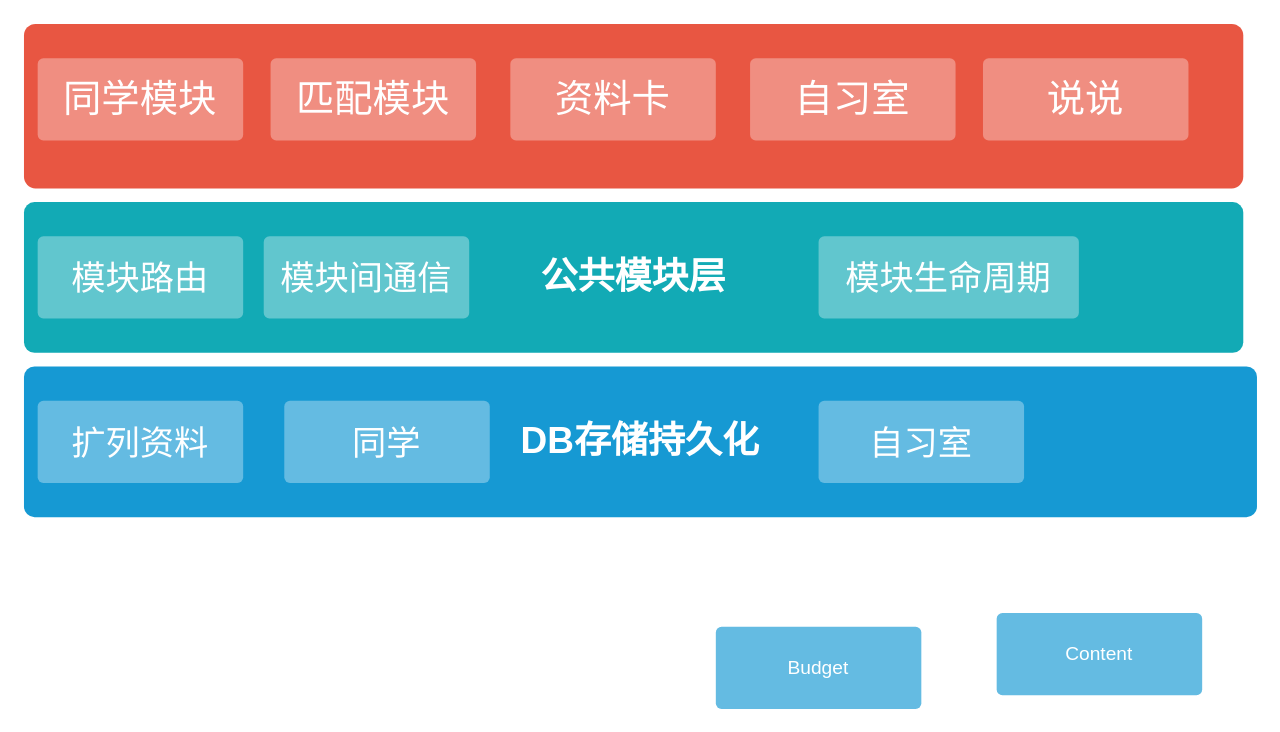
The draw.io diagram 扩列构架.drawio in xiaopengs/Brainstorming, before the edit. Source tidied: cells renumbered, new cells numbered last; positions are measured from the earlier drawing's top-left corner, leaving out a move shared by most shapes. Both pictures are drawn from the tidied source at 137%, with x=0, y=0 at pixel (23, 23).
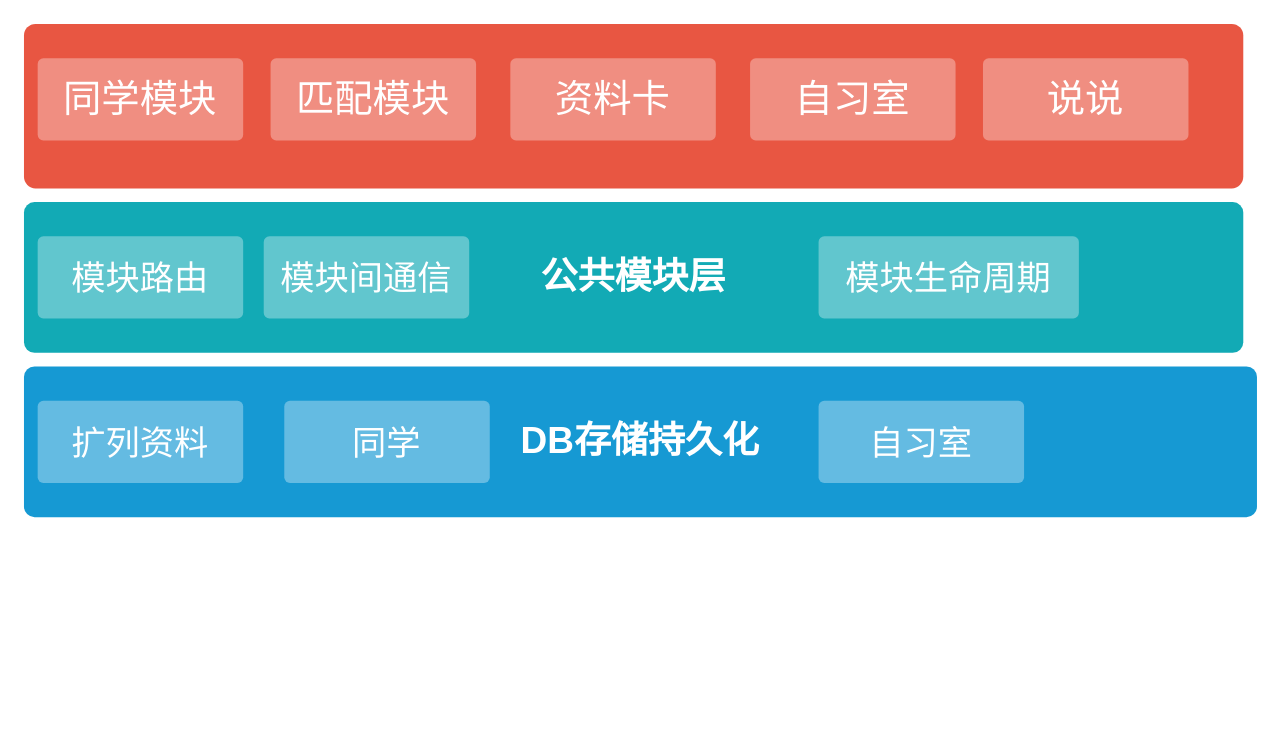
The same page after the edit.

The edit, as a diff of the source:
```diff
@@
 <mxGraphModel background="#ffffff">
   <root>
     <mxCell id="0" />
     <mxCell id="1" parent="0" />
     <mxCell id="2" style="rounded=1;whiteSpace=wrap;html=1;shadow=0;labelBackgroundColor=none;strokeColor=none;strokeWidth=3;fillColor=#e85642;fontFamily=Helvetica;fontSize=14;fontColor=#FFFFFF;align=center;spacing=5;fontStyle=1;arcSize=7;perimeterSpacing=2;" parent="1" vertex="1">
       <mxGeometry width="890" height="120" as="geometry" />
     </mxCell>
     <mxCell id="3" value="&lt;font style=&quot;font-size: 27px&quot;&gt;DB存储持久化&lt;/font&gt;" style="rounded=1;whiteSpace=wrap;html=1;shadow=0;labelBackgroundColor=none;strokeColor=none;strokeWidth=3;fillColor=#1699d3;fontFamily=Helvetica;fontSize=14;fontColor=#FFFFFF;align=center;spacing=5;fontStyle=1;arcSize=7;perimeterSpacing=2;" parent="1" vertex="1">
       <mxGeometry y="250" width="900" height="110" as="geometry" />
     </mxCell>
-    <mxCell id="4" value="Content" style="rounded=1;whiteSpace=wrap;html=1;shadow=0;labelBackgroundColor=none;strokeColor=none;strokeWidth=3;fillColor=#64bbe2;fontFamily=Helvetica;fontSize=14;fontColor=#FFFFFF;align=center;spacing=5;arcSize=7;perimeterSpacing=2;" parent="1" vertex="1">
-      <mxGeometry x="710" y="430" width="150" height="60" as="geometry" />
-    </mxCell>
-    <mxCell id="5" value="Budget" style="rounded=1;whiteSpace=wrap;html=1;shadow=0;labelBackgroundColor=none;strokeColor=none;strokeWidth=3;fillColor=#64bbe2;fontFamily=Helvetica;fontSize=14;fontColor=#FFFFFF;align=center;spacing=5;arcSize=7;perimeterSpacing=2;" parent="1" vertex="1">
-      <mxGeometry x="505" y="440" width="150" height="60" as="geometry" />
-    </mxCell>
     <mxCell id="6" value="&lt;font style=&quot;font-size: 25px&quot;&gt;&lt;font style=&quot;font-size: 25px&quot;&gt;扩&lt;/font&gt;列资料&lt;/font&gt;" style="rounded=1;whiteSpace=wrap;html=1;shadow=0;labelBackgroundColor=none;strokeColor=none;strokeWidth=3;fillColor=#64bbe2;fontFamily=Helvetica;fontSize=14;fontColor=#FFFFFF;align=center;spacing=5;arcSize=7;perimeterSpacing=2;" parent="1" vertex="1">
       <mxGeometry x="10" y="275" width="150" height="60" as="geometry" />
     </mxCell>
     <mxCell id="7" value="&lt;span style=&quot;font-size: 27px&quot;&gt;公共模块层&lt;/span&gt;" style="rounded=1;whiteSpace=wrap;html=1;shadow=0;labelBackgroundColor=none;strokeColor=none;strokeWidth=3;fillColor=#12aab5;fontFamily=Helvetica;fontSize=14;fontColor=#FFFFFF;align=center;spacing=5;fontStyle=1;arcSize=7;perimeterSpacing=2;" parent="1" vertex="1">
       <mxGeometry y="130" width="890" height="110" as="geometry" />
     </mxCell>
     <mxCell id="8" value="&lt;font style=&quot;font-size: 25px&quot;&gt;模块路由&lt;/font&gt;" style="rounded=1;whiteSpace=wrap;html=1;shadow=0;labelBackgroundColor=none;strokeColor=none;strokeWidth=3;fillColor=#61c6ce;fontFamily=Helvetica;fontSize=14;fontColor=#FFFFFF;align=center;spacing=5;fontStyle=0;arcSize=7;perimeterSpacing=2;" parent="1" vertex="1">
       <mxGeometry x="10" y="155" width="150" height="60" as="geometry" />
     </mxCell>
     <mxCell id="9" value="&lt;span style=&quot;font-size: 25px&quot;&gt;同学&lt;/span&gt;" style="rounded=1;whiteSpace=wrap;html=1;shadow=0;labelBackgroundColor=none;strokeColor=none;strokeWidth=3;fillColor=#64bbe2;fontFamily=Helvetica;fontSize=14;fontColor=#FFFFFF;align=center;spacing=5;arcSize=7;perimeterSpacing=2;" parent="1" vertex="1">
       <mxGeometry x="190" y="275" width="150" height="60" as="geometry" />
     </mxCell>
     <mxCell id="10" value="&lt;span style=&quot;font-size: 25px&quot;&gt;自习室&lt;/span&gt;" style="rounded=1;whiteSpace=wrap;html=1;shadow=0;labelBackgroundColor=none;strokeColor=none;strokeWidth=3;fillColor=#64bbe2;fontFamily=Helvetica;fontSize=14;fontColor=#FFFFFF;align=center;spacing=5;arcSize=7;perimeterSpacing=2;" parent="1" vertex="1">
       <mxGeometry x="580" y="275" width="150" height="60" as="geometry" />
     </mxCell>
     <mxCell id="11" value="&lt;font style=&quot;font-size: 28px&quot;&gt;同学模块&lt;/font&gt;" style="rounded=1;whiteSpace=wrap;html=1;shadow=0;labelBackgroundColor=none;strokeColor=none;strokeWidth=3;fillColor=#f08e81;fontFamily=Helvetica;fontSize=14;fontColor=#FFFFFF;align=center;spacing=5;fontStyle=0;arcSize=7;perimeterSpacing=2;" parent="1" vertex="1">
       <mxGeometry x="10" y="25" width="150" height="60" as="geometry" />
     </mxCell>
     <mxCell id="12" value="&lt;font style=&quot;font-size: 25px&quot;&gt;模块间通信&lt;/font&gt;" style="rounded=1;whiteSpace=wrap;html=1;shadow=0;labelBackgroundColor=none;strokeColor=none;strokeWidth=3;fillColor=#61c6ce;fontFamily=Helvetica;fontSize=14;fontColor=#FFFFFF;align=center;spacing=5;fontStyle=0;arcSize=7;perimeterSpacing=2;" parent="1" vertex="1">
       <mxGeometry x="175" y="155" width="150" height="60" as="geometry" />
     </mxCell>
     <mxCell id="13" value="&lt;font style=&quot;font-size: 25px&quot;&gt;模块生命周期&lt;/font&gt;" style="rounded=1;whiteSpace=wrap;html=1;shadow=0;labelBackgroundColor=none;strokeColor=none;strokeWidth=3;fillColor=#61c6ce;fontFamily=Helvetica;fontSize=14;fontColor=#FFFFFF;align=center;spacing=5;fontStyle=0;arcSize=7;perimeterSpacing=2;" parent="1" vertex="1">
       <mxGeometry x="580" y="155" width="190" height="60" as="geometry" />
     </mxCell>
     <mxCell id="14" value="&lt;font style=&quot;font-size: 28px&quot;&gt;匹配模块&lt;/font&gt;" style="rounded=1;whiteSpace=wrap;html=1;shadow=0;labelBackgroundColor=none;strokeColor=none;strokeWidth=3;fillColor=#f08e81;fontFamily=Helvetica;fontSize=14;fontColor=#FFFFFF;align=center;spacing=5;fontStyle=0;arcSize=7;perimeterSpacing=2;" parent="1" vertex="1">
       <mxGeometry x="180" y="25" width="150" height="60" as="geometry" />
     </mxCell>
     <mxCell id="15" value="&lt;font style=&quot;font-size: 28px&quot;&gt;资料卡&lt;/font&gt;" style="rounded=1;whiteSpace=wrap;html=1;shadow=0;labelBackgroundColor=none;strokeColor=none;strokeWidth=3;fillColor=#f08e81;fontFamily=Helvetica;fontSize=14;fontColor=#FFFFFF;align=center;spacing=5;fontStyle=0;arcSize=7;perimeterSpacing=2;" parent="1" vertex="1">
       <mxGeometry x="355" y="25" width="150" height="60" as="geometry" />
     </mxCell>
     <mxCell id="16" value="&lt;font style=&quot;font-size: 28px&quot;&gt;自习室&lt;/font&gt;" style="rounded=1;whiteSpace=wrap;html=1;shadow=0;labelBackgroundColor=none;strokeColor=none;strokeWidth=3;fillColor=#f08e81;fontFamily=Helvetica;fontSize=14;fontColor=#FFFFFF;align=center;spacing=5;fontStyle=0;arcSize=7;perimeterSpacing=2;" parent="1" vertex="1">
       <mxGeometry x="530" y="25" width="150" height="60" as="geometry" />
     </mxCell>
     <mxCell id="17" value="&lt;font style=&quot;font-size: 28px&quot;&gt;说说&lt;/font&gt;" style="rounded=1;whiteSpace=wrap;html=1;shadow=0;labelBackgroundColor=none;strokeColor=none;strokeWidth=3;fillColor=#f08e81;fontFamily=Helvetica;fontSize=14;fontColor=#FFFFFF;align=center;spacing=5;fontStyle=0;arcSize=7;perimeterSpacing=2;" parent="1" vertex="1">
       <mxGeometry x="700" y="25" width="150" height="60" as="geometry" />
     </mxCell>
   </root>
 </mxGraphModel>
```
